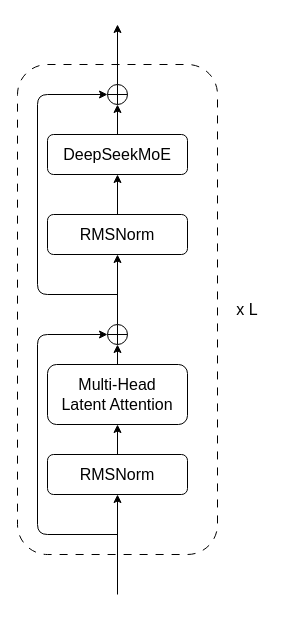
Earlier version of the draw.io diagram static/img/mlops/nn/llm/deepseek-v3.drawio (hhk7734/wiki). Source tidied: cells renumbered, new cells numbered last; positions are measured from the earlier drawing's top-left corner, leaving out a move shared by most shapes. Both pictures are drawn from the tidied source at 100%, with x=0, y=0 at pixel (17, 24).
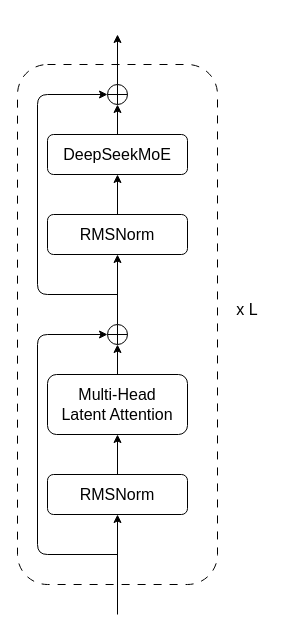
Above is the later version.

The change refers to these unchanged cells:
```xml
<mxCell id="4" value="&lt;font&gt;DeepSeekMoE&lt;/font&gt;" style="rounded=1;whiteSpace=wrap;html=1;fontSize=16;" parent="1" vertex="1">
  <mxGeometry x="30" y="110" width="140" height="40" as="geometry" />
</mxCell>
<mxCell id="6" value="RMSNorm" style="rounded=1;whiteSpace=wrap;html=1;fontSize=16;" parent="1" vertex="1">
  <mxGeometry x="30" y="190" width="140" height="40" as="geometry" />
</mxCell>
<mxCell id="11" style="shape=orEllipse;perimeter=ellipsePerimeter;whiteSpace=wrap;html=1;backgroundOutline=1;" parent="1" vertex="1">
  <mxGeometry x="90" y="60" width="20" height="20" as="geometry" />
</mxCell>
<mxCell id="15" style="shape=orEllipse;perimeter=ellipsePerimeter;whiteSpace=wrap;html=1;backgroundOutline=1;" parent="1" vertex="1">
  <mxGeometry x="90" y="300" width="20" height="20" as="geometry" />
</mxCell>
```

What changed in the source:
```diff
@@
     <mxCell id="2" style="rounded=1;whiteSpace=wrap;html=1;fillColor=none;dashed=1;dashPattern=8 8;" parent="1" vertex="1">
-      <mxGeometry y="40" width="200" height="490" as="geometry" />
+      <mxGeometry y="40" width="200" height="520" as="geometry" />
     </mxCell>
-    <mxCell id="3" style="edgeStyle=none;html=1;" parent="1" edge="1" source="4" target="11">
+    <mxCell id="3" style="edgeStyle=none;html=1;flowAnimation=1;" parent="1" edge="1" source="4" target="11">
       <mxGeometry relative="1" as="geometry" />
     </mxCell>
@@
-    <mxCell id="5" style="edgeStyle=none;html=1;" parent="1" edge="1" source="6" target="4">
+    <mxCell id="5" style="edgeStyle=none;html=1;flowAnimation=1;" parent="1" edge="1" source="6" target="4">
       <mxGeometry relative="1" as="geometry" />
     </mxCell>
@@
-    <mxCell id="7" style="edgeStyle=none;html=1;" parent="1" edge="1" source="8" target="15">
+    <mxCell id="7" style="edgeStyle=none;html=1;flowAnimation=1;" parent="1" edge="1" source="8" target="15">
       <mxGeometry relative="1" as="geometry" />
     </mxCell>
     <mxCell id="8" value="Multi-Head&lt;div&gt;Latent Attention&lt;/div&gt;" style="rounded=1;whiteSpace=wrap;html=1;fontSize=16;" parent="1" vertex="1">
-      <mxGeometry x="30" y="340" width="140" height="60" as="geometry" />
+      <mxGeometry x="30" y="350" width="140" height="60" as="geometry" />
     </mxCell>
-    <mxCell id="9" style="edgeStyle=none;html=1;" parent="1" edge="1" source="10" target="8">
+    <mxCell id="9" style="edgeStyle=none;html=1;flowAnimation=1;" parent="1" edge="1" source="10" target="8">
       <mxGeometry relative="1" as="geometry" />
     </mxCell>
     <mxCell id="10" value="RMSNorm" style="rounded=1;whiteSpace=wrap;html=1;fontSize=16;" parent="1" vertex="1">
-      <mxGeometry x="30" y="430" width="140" height="40" as="geometry" />
+      <mxGeometry x="30" y="450" width="140" height="40" as="geometry" />
     </mxCell>
@@
-    <mxCell id="12" style="endArrow=classic;html=1;entryX=0.5;entryY=1;entryDx=0;entryDy=0;" parent="1" edge="1" target="10">
+    <mxCell id="12" style="endArrow=classic;html=1;entryX=0.5;entryY=1;entryDx=0;entryDy=0;flowAnimation=1;" parent="1" edge="1" target="10">
       <mxGeometry relative="1" as="geometry">
-        <mxPoint x="100" y="570" as="sourcePoint" />
+        <mxPoint x="100" y="590" as="sourcePoint" />
       </mxGeometry>
     </mxCell>
-    <mxCell id="13" style="endArrow=classic;html=1;entryX=0;entryY=0.5;entryDx=0;entryDy=0;" parent="1" edge="1" target="15">
+    <mxCell id="13" style="endArrow=classic;html=1;entryX=0;entryY=0.5;entryDx=0;entryDy=0;flowAnimation=1;" parent="1" edge="1" target="15">
       <mxGeometry relative="1" as="geometry">
-        <mxPoint x="100" y="510" as="sourcePoint" />
+        <mxPoint x="100" y="530" as="sourcePoint" />
         <Array as="points">
-          <mxPoint x="20" y="510" />
+          <mxPoint x="20" y="530" />
           <mxPoint x="20" y="310" />
         </Array>
       </mxGeometry>
     </mxCell>
-    <mxCell id="14" style="edgeStyle=none;html=1;" parent="1" edge="1" source="15" target="6">
+    <mxCell id="14" style="edgeStyle=none;html=1;flowAnimation=1;" parent="1" edge="1" source="15" target="6">
       <mxGeometry relative="1" as="geometry" />
     </mxCell>
@@
-    <mxCell id="16" style="endArrow=classic;html=1;entryX=0;entryY=0.5;entryDx=0;entryDy=0;" parent="1" edge="1" target="11">
+    <mxCell id="16" style="endArrow=classic;html=1;entryX=0;entryY=0.5;entryDx=0;entryDy=0;flowAnimation=1;" parent="1" edge="1" target="11">
       <mxGeometry relative="1" as="geometry">
         <mxPoint x="100" y="270" as="sourcePoint" />
         <Array as="points">
           <mxPoint x="20" y="270" />
           <mxPoint x="20" y="70" />
         </Array>
       </mxGeometry>
     </mxCell>
-    <mxCell id="17" style="endArrow=classic;html=1;exitX=0.5;exitY=0;exitDx=0;exitDy=0;" parent="1" edge="1" source="11">
+    <mxCell id="17" style="endArrow=classic;html=1;exitX=0.5;exitY=0;exitDx=0;exitDy=0;flowAnimation=1;" parent="1" edge="1" source="11">
       <mxGeometry relative="1" as="geometry">
-        <mxPoint x="100" as="targetPoint" />
+        <mxPoint x="100" y="10" as="targetPoint" />
       </mxGeometry>
     </mxCell>
```
